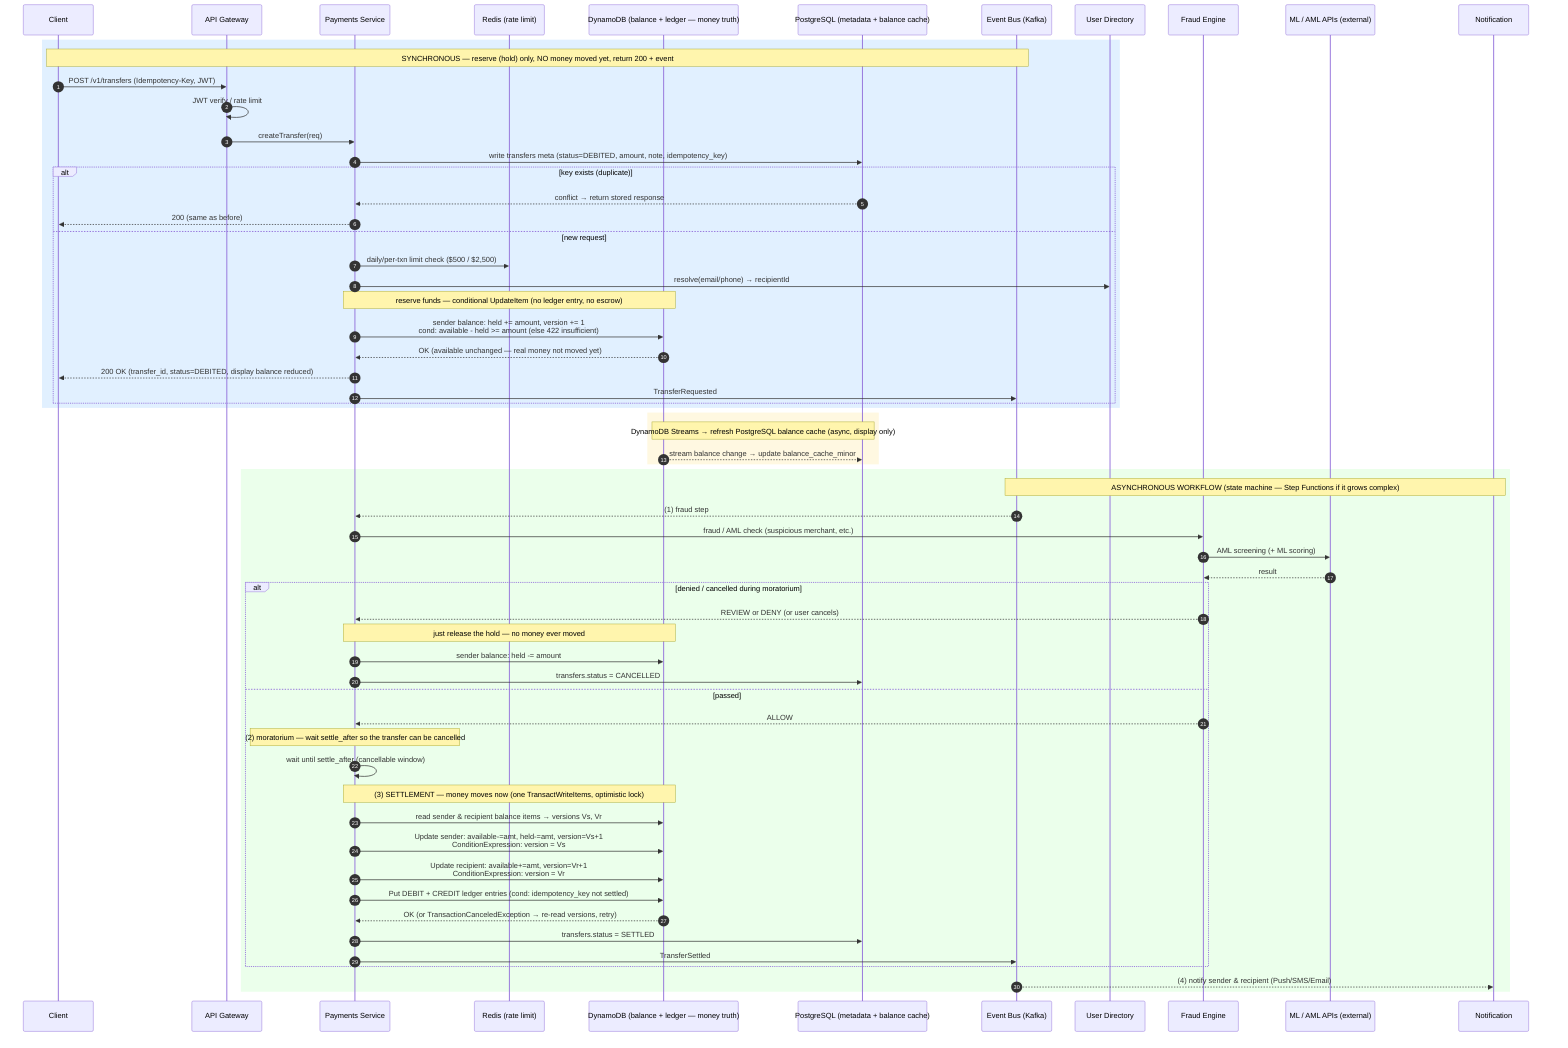
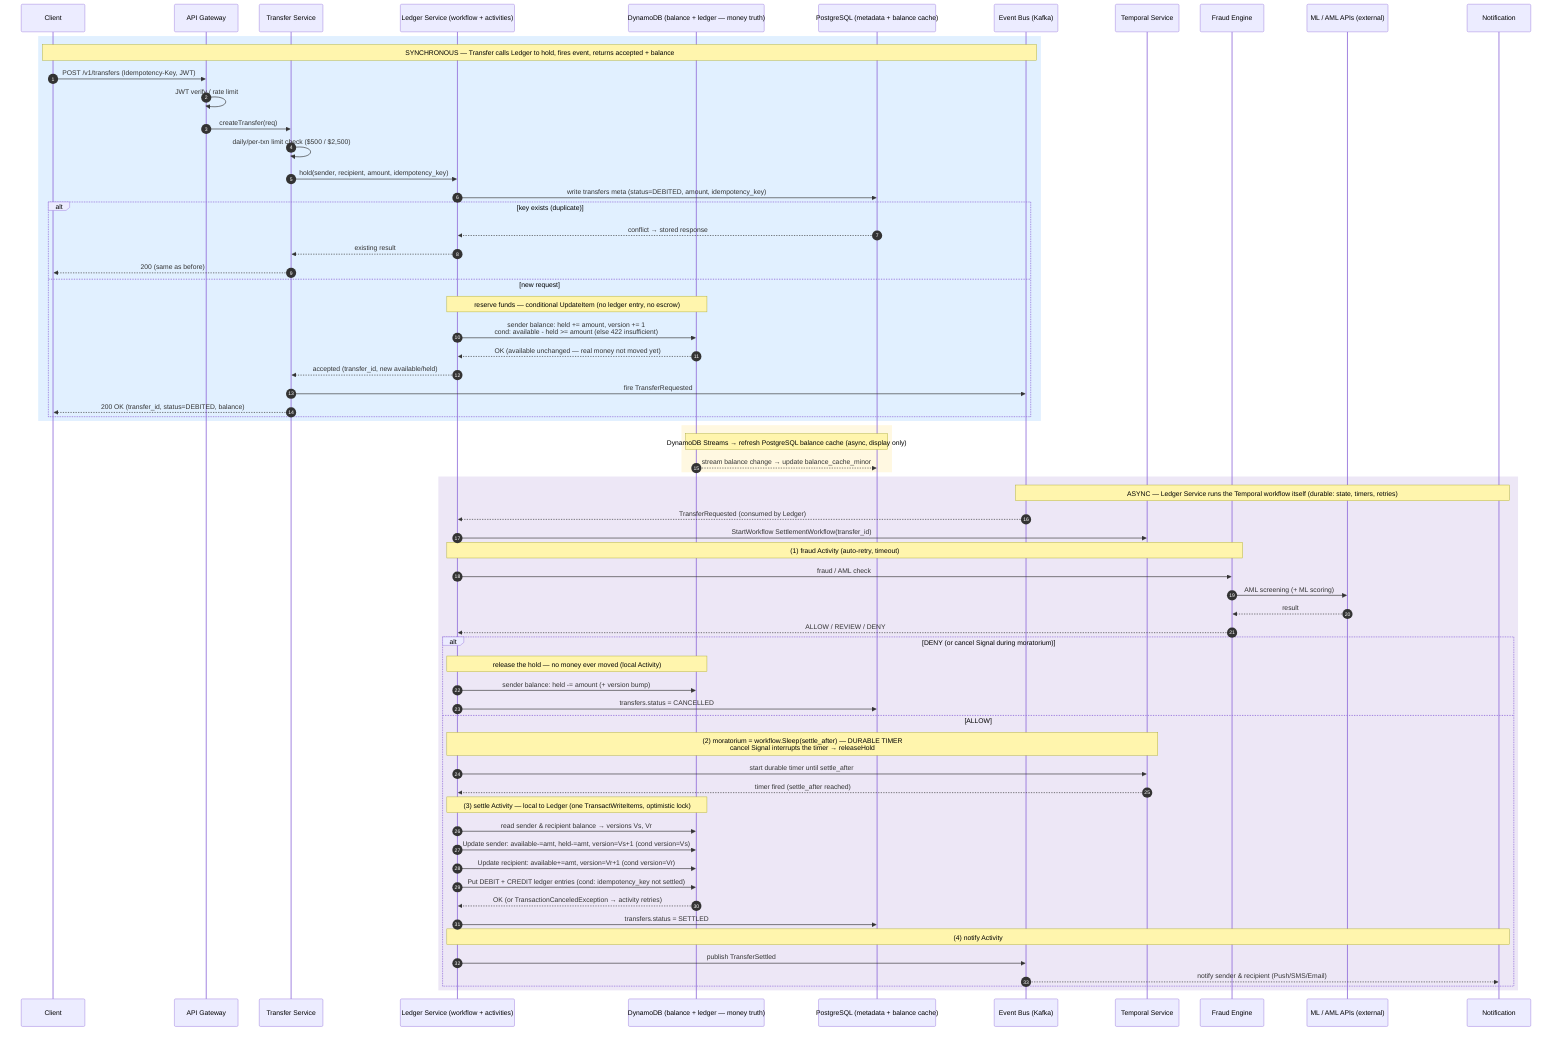
sequenceDiagram
    autonumber
    participant C as Client
    participant GW as API Gateway
-     participant P as Payments Service
-     participant R as Redis (rate limit)
+     participant TR as Transfer Service
+     participant LG as Ledger Service (workflow + activities)
    participant DDB as DynamoDB (balance + ledger — money truth)
    participant PG as PostgreSQL (metadata + balance cache)
    participant MQ as Event Bus (Kafka)
-     participant U as User Directory
+     participant TS as Temporal Service
    participant F as Fraud Engine
    participant X as ML / AML APIs (external)
    participant N as Notification

    rect rgb(225, 240, 255)
-     Note over C,MQ: SYNCHRONOUS — reserve (hold) only, NO money moved yet, return 200 + event
+     Note over C,MQ: SYNCHRONOUS — Transfer calls Ledger to hold, fires event, returns accepted + balance
    C->>GW: POST /v1/transfers (Idempotency-Key, JWT)
    GW->>GW: JWT verify / rate limit
-     GW->>P: createTransfer(req)
-     P->>PG: write transfers meta (status=DEBITED, amount, note, idempotency_key)
+     GW->>TR: createTransfer(req)
+     TR->>TR: daily/per-txn limit check ($500 / $2,500)
+     TR->>LG: hold(sender, recipient, amount, idempotency_key)
+     LG->>PG: write transfers meta (status=DEBITED, amount, idempotency_key)
    alt key exists (duplicate)
-         PG-->>P: conflict → return stored response
-         P-->>C: 200 (same as before)
+         PG-->>LG: conflict → stored response
+         LG-->>TR: existing result
+         TR-->>C: 200 (same as before)
    else new request
-         P->>R: daily/per-txn limit check ($500 / $2,500)
-         P->>U: resolve(email/phone) → recipientId
-         Note over P,DDB: reserve funds — conditional UpdateItem (no ledger entry, no escrow)
-         P->>DDB: sender balance: held += amount, version += 1<br/>cond: available - held >= amount (else 422 insufficient)
-         DDB-->>P: OK (available unchanged — real money not moved yet)
-         P-->>C: 200 OK (transfer_id, status=DEBITED, display balance reduced)
-         P->>MQ: TransferRequested
+         Note over LG,DDB: reserve funds — conditional UpdateItem (no ledger entry, no escrow)
+         LG->>DDB: sender balance: held += amount, version += 1<br/>cond: available - held >= amount (else 422 insufficient)
+         DDB-->>LG: OK (available unchanged — real money not moved yet)
+         LG-->>TR: accepted (transfer_id, new available/held)
+         TR->>MQ: fire TransferRequested
+         TR-->>C: 200 OK (transfer_id, status=DEBITED, balance)
    end
    end

    rect rgb(255, 248, 225)
    Note over DDB,PG: DynamoDB Streams → refresh PostgreSQL balance cache (async, display only)
    DDB-->>PG: stream balance change → update balance_cache_minor
    end

-     rect rgb(235, 255, 235)
-     Note over MQ,N: ASYNCHRONOUS WORKFLOW (state machine — Step Functions if it grows complex)
-     MQ-->>P: (1) fraud step
-     P->>F: fraud / AML check (suspicious merchant, etc.)
+     rect rgb(237, 231, 246)
+     Note over MQ,N: ASYNC — Ledger Service runs the Temporal workflow itself (durable: state, timers, retries)
+     MQ-->>LG: TransferRequested (consumed by Ledger)
+     LG->>TS: StartWorkflow SettlementWorkflow(transfer_id)
+     Note over LG,F: (1) fraud Activity (auto-retry, timeout)
+     LG->>F: fraud / AML check
    F->>X: AML screening (+ ML scoring)
    X-->>F: result
-     alt denied / cancelled during moratorium
-         F-->>P: REVIEW or DENY (or user cancels)
-         Note over P,DDB: just release the hold — no money ever moved
-         P->>DDB: sender balance: held -= amount
-         P->>PG: transfers.status = CANCELLED
-     else passed
-         F-->>P: ALLOW
-         Note over P: (2) moratorium — wait settle_after so the transfer can be cancelled
-         P->>P: wait until settle_after (cancellable window)
-         Note over P,DDB: (3) SETTLEMENT — money moves now (one TransactWriteItems, optimistic lock)
-         P->>DDB: read sender & recipient balance items → versions Vs, Vr
-         P->>DDB: Update sender: available-=amt, held-=amt, version=Vs+1<br/>ConditionExpression: version = Vs
-         P->>DDB: Update recipient: available+=amt, version=Vr+1<br/>ConditionExpression: version = Vr
-         P->>DDB: Put DEBIT + CREDIT ledger entries (cond: idempotency_key not settled)
-         DDB-->>P: OK (or TransactionCanceledException → re-read versions, retry)
-         P->>PG: transfers.status = SETTLED
-         P->>MQ: TransferSettled
+     F-->>LG: ALLOW / REVIEW / DENY
+     alt DENY  (or cancel Signal during moratorium)
+         Note over LG,DDB: release the hold — no money ever moved (local Activity)
+         LG->>DDB: sender balance: held -= amount (+ version bump)
+         LG->>PG: transfers.status = CANCELLED
+     else ALLOW
+         Note over LG,TS: (2) moratorium = workflow.Sleep(settle_after) — DURABLE TIMER<br/>cancel Signal interrupts the timer → releaseHold
+         LG->>TS: start durable timer until settle_after
+         TS-->>LG: timer fired (settle_after reached)
+         Note over LG,DDB: (3) settle Activity — local to Ledger (one TransactWriteItems, optimistic lock)
+         LG->>DDB: read sender & recipient balance → versions Vs, Vr
+         LG->>DDB: Update sender: available-=amt, held-=amt, version=Vs+1 (cond version=Vs)
+         LG->>DDB: Update recipient: available+=amt, version=Vr+1 (cond version=Vr)
+         LG->>DDB: Put DEBIT + CREDIT ledger entries (cond: idempotency_key not settled)
+         DDB-->>LG: OK (or TransactionCanceledException → activity retries)
+         LG->>PG: transfers.status = SETTLED
+         Note over LG,N: (4) notify Activity
+         LG->>MQ: publish TransferSettled
+         MQ-->>N: notify sender & recipient (Push/SMS/Email)
    end
-     MQ-->>N: (4) notify sender & recipient (Push/SMS/Email)
    end
